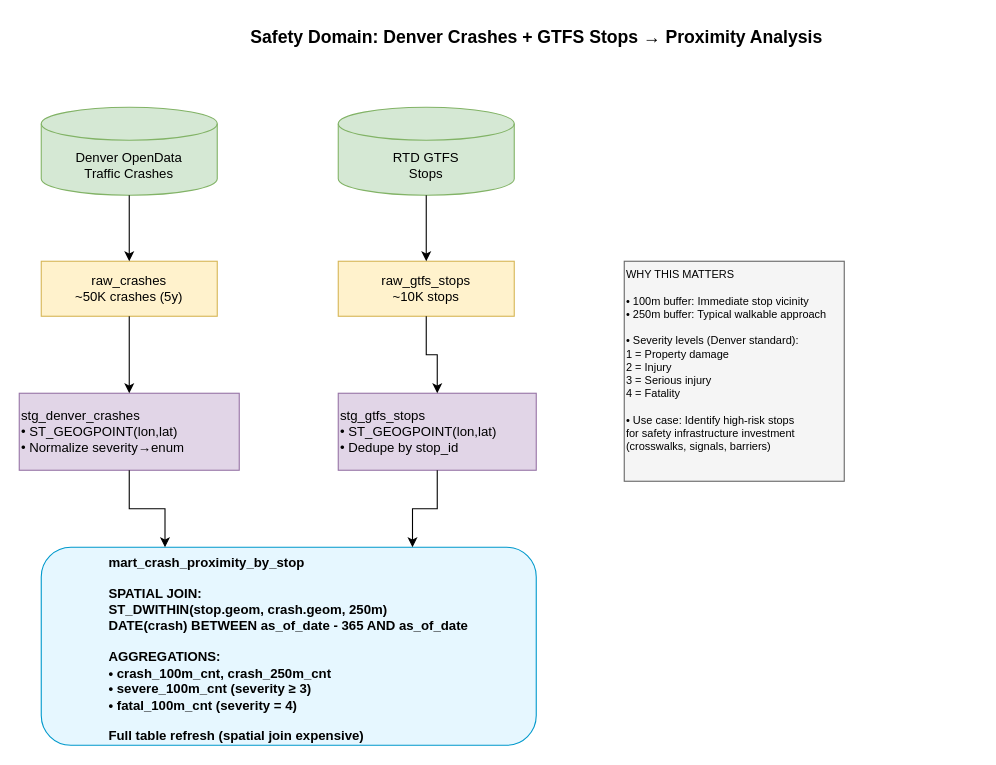
This is docs/diagrams/safety_domain_lineage.drawio from medsidd/whyline-denver, a draw.io file, before an edit. Source tidied: cells renumbered, new cells numbered last; positions are measured from the earlier drawing's top-left corner, leaving out a move shared by most shapes. Both pictures are drawn from the tidied source at 110%, with x=0, y=0 at pixel (19, 19).
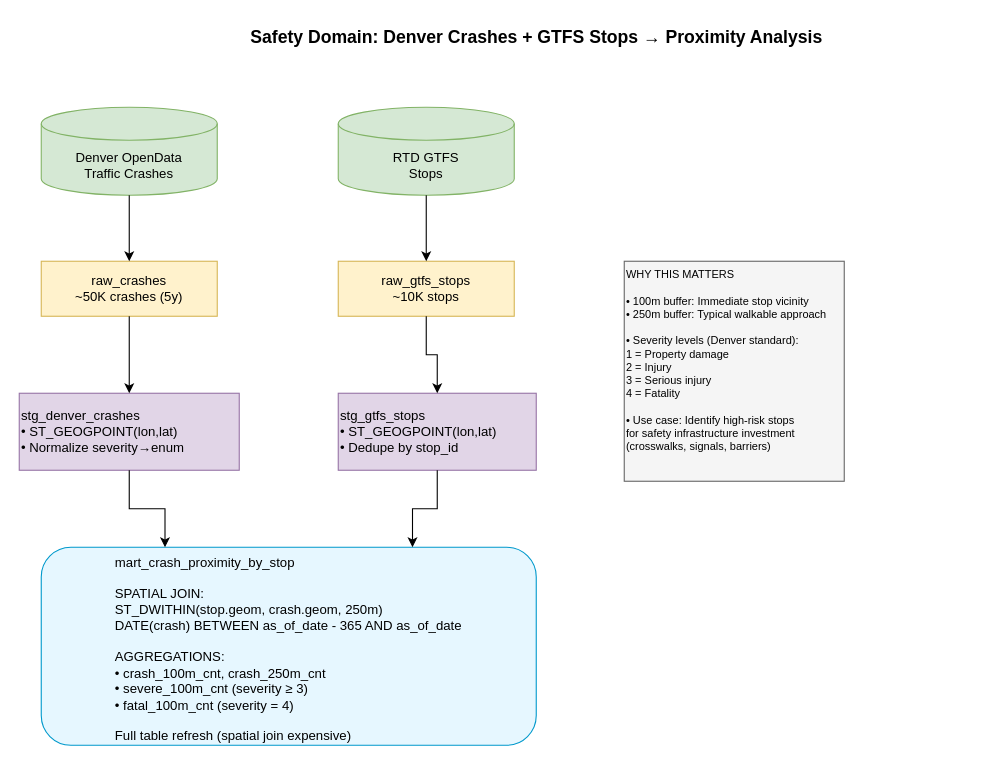
The same diagram, later.

The edit, as a diff of the source:
```diff
@@
 <mxGraphModel>
   <root>
     <mxCell id="0" />
     <mxCell id="1" parent="0" />
     <mxCell id="2" value="Safety Domain: Denver Crashes + GTFS Stops → Proximity Analysis" style="text;html=1;strokeColor=none;fillColor=none;align=center;fontSize=16;fontStyle=1;" parent="1" vertex="1">
       <mxGeometry x="70" width="800" height="30" as="geometry" />
     </mxCell>
     <mxCell id="3" value="Denver OpenData&#10;Traffic Crashes" style="shape=cylinder3;whiteSpace=wrap;html=1;boundedLbl=1;backgroundOutline=1;size=15;fillColor=#d5e8d4;strokeColor=#82b366;" parent="1" vertex="1">
       <mxGeometry x="20" y="80" width="160" height="80" as="geometry" />
     </mxCell>
     <mxCell id="4" value="RTD GTFS&#10;Stops" style="shape=cylinder3;whiteSpace=wrap;html=1;boundedLbl=1;backgroundOutline=1;size=15;fillColor=#d5e8d4;strokeColor=#82b366;" parent="1" vertex="1">
       <mxGeometry x="290" y="80" width="160" height="80" as="geometry" />
     </mxCell>
     <mxCell id="5" value="raw_crashes&#10;~50K crashes (5y)" style="rounded=0;whiteSpace=wrap;html=1;fillColor=#fff2cc;strokeColor=#d6b656;" parent="1" vertex="1">
       <mxGeometry x="20" y="220" width="160" height="50" as="geometry" />
     </mxCell>
     <mxCell id="6" value="raw_gtfs_stops&#10;~10K stops" style="rounded=0;whiteSpace=wrap;html=1;fillColor=#fff2cc;strokeColor=#d6b656;" parent="1" vertex="1">
       <mxGeometry x="290" y="220" width="160" height="50" as="geometry" />
     </mxCell>
     <mxCell id="7" value="stg_denver_crashes&#10;• ST_GEOGPOINT(lon,lat)&#10;• Normalize severity→enum" style="rounded=0;whiteSpace=wrap;html=1;fillColor=#e1d5e7;strokeColor=#9673a6;align=left;" parent="1" vertex="1">
       <mxGeometry y="340" width="200" height="70" as="geometry" />
     </mxCell>
     <mxCell id="8" value="stg_gtfs_stops&#10;• ST_GEOGPOINT(lon,lat)&#10;• Dedupe by stop_id" style="rounded=0;whiteSpace=wrap;html=1;fillColor=#e1d5e7;strokeColor=#9673a6;align=left;" parent="1" vertex="1">
       <mxGeometry x="290" y="340" width="180" height="70" as="geometry" />
     </mxCell>
-    <mxCell id="9" value="&lt;div style=&quot;text-align: justify;&quot;&gt;&lt;span style=&quot;background-color: transparent;&quot;&gt;mart_crash_proximity_by_stop&lt;/span&gt;&lt;/div&gt;&lt;div style=&quot;text-align: justify;&quot;&gt;&lt;br&gt;&lt;/div&gt;&lt;div style=&quot;text-align: justify;&quot;&gt;&lt;span style=&quot;background-color: transparent;&quot;&gt;SPATIAL JOIN:&lt;/span&gt;&lt;/div&gt;&lt;div style=&quot;text-align: justify;&quot;&gt;&lt;span style=&quot;background-color: transparent;&quot;&gt;ST_DWITHIN(stop.geom, crash.geom, 250m)&lt;/span&gt;&lt;/div&gt;&lt;div style=&quot;text-align: justify;&quot;&gt;&lt;span style=&quot;background-color: transparent;&quot;&gt;DATE(crash) BETWEEN as_of_date - 365 AND as_of_date&lt;/span&gt;&lt;/div&gt;&lt;div style=&quot;text-align: justify;&quot;&gt;&lt;br&gt;&lt;/div&gt;&lt;div style=&quot;text-align: justify;&quot;&gt;&lt;span style=&quot;background-color: transparent;&quot;&gt;AGGREGATIONS:&lt;/span&gt;&lt;/div&gt;&lt;div style=&quot;text-align: justify;&quot;&gt;&lt;span style=&quot;background-color: transparent;&quot;&gt;• crash_100m_cnt, crash_250m_cnt&lt;/span&gt;&lt;/div&gt;&lt;div style=&quot;text-align: justify;&quot;&gt;&lt;span style=&quot;background-color: transparent;&quot;&gt;• severe_100m_cnt (severity ≥ 3)&lt;/span&gt;&lt;/div&gt;&lt;div style=&quot;text-align: justify;&quot;&gt;&lt;span style=&quot;background-color: transparent;&quot;&gt;• fatal_100m_cnt (severity = 4)&lt;/span&gt;&lt;/div&gt;&lt;div style=&quot;text-align: justify;&quot;&gt;&lt;br&gt;&lt;/div&gt;&lt;div style=&quot;text-align: justify;&quot;&gt;&lt;span style=&quot;background-color: transparent;&quot;&gt;Full table refresh (spatial join expensive)&lt;/span&gt;&lt;/div&gt;" style="rounded=1;whiteSpace=wrap;html=1;fillColor=#e6f7ff;strokeColor=#0099cc;align=center;verticalAlign=top;fontStyle=1;" parent="1" vertex="1">
+    <mxCell id="9" value="&lt;div style=&quot;text-align: justify;&quot;&gt;&lt;span style=&quot;background-color: transparent; font-weight: normal;&quot;&gt;mart_crash_proximity_by_stop&lt;/span&gt;&lt;/div&gt;&lt;div style=&quot;text-align: justify;&quot;&gt;&lt;span style=&quot;font-weight: normal;&quot;&gt;&lt;br&gt;&lt;/span&gt;&lt;/div&gt;&lt;div style=&quot;text-align: justify;&quot;&gt;&lt;span style=&quot;background-color: transparent; font-weight: normal;&quot;&gt;SPATIAL JOIN:&lt;/span&gt;&lt;/div&gt;&lt;div style=&quot;text-align: justify;&quot;&gt;&lt;span style=&quot;background-color: transparent; font-weight: normal;&quot;&gt;ST_DWITHIN(stop.geom, crash.geom, 250m)&lt;/span&gt;&lt;/div&gt;&lt;div style=&quot;text-align: justify;&quot;&gt;&lt;span style=&quot;background-color: transparent; font-weight: normal;&quot;&gt;DATE(crash) BETWEEN as_of_date - 365 AND as_of_date&lt;/span&gt;&lt;/div&gt;&lt;div style=&quot;text-align: justify;&quot;&gt;&lt;span style=&quot;font-weight: normal;&quot;&gt;&lt;br&gt;&lt;/span&gt;&lt;/div&gt;&lt;div style=&quot;text-align: justify;&quot;&gt;&lt;span style=&quot;background-color: transparent; font-weight: normal;&quot;&gt;AGGREGATIONS:&lt;/span&gt;&lt;/div&gt;&lt;div style=&quot;text-align: justify;&quot;&gt;&lt;span style=&quot;background-color: transparent; font-weight: normal;&quot;&gt;• crash_100m_cnt, crash_250m_cnt&lt;/span&gt;&lt;/div&gt;&lt;div style=&quot;text-align: justify;&quot;&gt;&lt;span style=&quot;background-color: transparent; font-weight: normal;&quot;&gt;• severe_100m_cnt (severity ≥ 3)&lt;/span&gt;&lt;/div&gt;&lt;div style=&quot;text-align: justify;&quot;&gt;&lt;span style=&quot;background-color: transparent; font-weight: normal;&quot;&gt;• fatal_100m_cnt (severity = 4)&lt;/span&gt;&lt;/div&gt;&lt;div style=&quot;text-align: justify;&quot;&gt;&lt;span style=&quot;font-weight: normal;&quot;&gt;&lt;br&gt;&lt;/span&gt;&lt;/div&gt;&lt;div style=&quot;text-align: justify;&quot;&gt;&lt;span style=&quot;background-color: transparent; font-weight: normal;&quot;&gt;Full table refresh (spatial join expensive)&lt;/span&gt;&lt;/div&gt;" style="rounded=1;whiteSpace=wrap;html=1;fillColor=#e6f7ff;strokeColor=#0099cc;align=center;verticalAlign=top;fontStyle=1;" parent="1" vertex="1">
       <mxGeometry x="20" y="480" width="450" height="180" as="geometry" />
     </mxCell>
     <mxCell id="10" style="edgeStyle=orthogonalEdgeStyle;rounded=0;html=1;" parent="1" edge="1" source="3" target="5">
       <mxGeometry relative="1" as="geometry" />
     </mxCell>
     <mxCell id="11" style="edgeStyle=orthogonalEdgeStyle;rounded=0;html=1;" parent="1" edge="1" source="4" target="6">
       <mxGeometry relative="1" as="geometry" />
     </mxCell>
     <mxCell id="12" style="edgeStyle=orthogonalEdgeStyle;rounded=0;html=1;" parent="1" edge="1" source="5" target="7">
       <mxGeometry relative="1" as="geometry" />
     </mxCell>
     <mxCell id="13" style="edgeStyle=orthogonalEdgeStyle;rounded=0;html=1;" parent="1" edge="1" source="6" target="8">
       <mxGeometry relative="1" as="geometry" />
     </mxCell>
     <mxCell id="14" style="edgeStyle=orthogonalEdgeStyle;rounded=0;html=1;exitX=0.5;exitY=1;entryX=0.25;entryY=0;" parent="1" edge="1" source="7" target="9">
       <mxGeometry relative="1" as="geometry" />
     </mxCell>
     <mxCell id="15" style="edgeStyle=orthogonalEdgeStyle;rounded=0;html=1;exitX=0.5;exitY=1;entryX=0.75;entryY=0;" parent="1" edge="1" source="8" target="9">
       <mxGeometry relative="1" as="geometry" />
     </mxCell>
     <mxCell id="16" value="&lt;div style=&quot;text-align: justify;&quot;&gt;&lt;span style=&quot;background-color: transparent;&quot;&gt;WHY THIS MATTERS&lt;/span&gt;&lt;/div&gt;&lt;div style=&quot;text-align: justify;&quot;&gt;&lt;br&gt;&lt;/div&gt;&lt;div style=&quot;text-align: justify;&quot;&gt;&lt;span style=&quot;background-color: transparent;&quot;&gt;• 100m buffer: Immediate stop vicinity&lt;/span&gt;&lt;/div&gt;&lt;div style=&quot;text-align: justify;&quot;&gt;&lt;span style=&quot;background-color: transparent;&quot;&gt;• 250m buffer: Typical walkable approach&lt;/span&gt;&lt;/div&gt;&lt;div style=&quot;text-align: justify;&quot;&gt;&lt;br&gt;&lt;/div&gt;&lt;div style=&quot;text-align: justify;&quot;&gt;&lt;span style=&quot;background-color: transparent;&quot;&gt;• Severity levels (Denver standard):&lt;/span&gt;&lt;/div&gt;&lt;div style=&quot;text-align: justify;&quot;&gt;&lt;span style=&quot;background-color: transparent;&quot;&gt;1 = Property damage&lt;/span&gt;&lt;/div&gt;&lt;div style=&quot;text-align: justify;&quot;&gt;&lt;span style=&quot;background-color: transparent;&quot;&gt;2 = Injury&lt;/span&gt;&lt;/div&gt;&lt;div style=&quot;text-align: justify;&quot;&gt;&lt;span style=&quot;background-color: transparent;&quot;&gt;3 = Serious injury&lt;/span&gt;&lt;/div&gt;&lt;div style=&quot;text-align: justify;&quot;&gt;&lt;span style=&quot;background-color: transparent;&quot;&gt;4 = Fatality&lt;/span&gt;&lt;/div&gt;&lt;div style=&quot;text-align: justify;&quot;&gt;&lt;br&gt;&lt;/div&gt;&lt;div style=&quot;text-align: justify;&quot;&gt;&lt;span style=&quot;background-color: transparent;&quot;&gt;• Use case: Identify high-risk stops&lt;/span&gt;&lt;/div&gt;&lt;div style=&quot;text-align: justify;&quot;&gt;&lt;span style=&quot;background-color: transparent;&quot;&gt;for safety infrastructure investment&lt;/span&gt;&lt;/div&gt;&lt;div style=&quot;text-align: justify;&quot;&gt;&lt;span style=&quot;background-color: transparent;&quot;&gt;(crosswalks, signals, barriers)&lt;/span&gt;&lt;/div&gt;" style="rounded=0;whiteSpace=wrap;html=1;fillColor=#f5f5f5;strokeColor=#666666;align=left;verticalAlign=top;fontSize=10;" parent="1" vertex="1">
       <mxGeometry x="550" y="220" width="200" height="200" as="geometry" />
     </mxCell>
   </root>
 </mxGraphModel>
```
